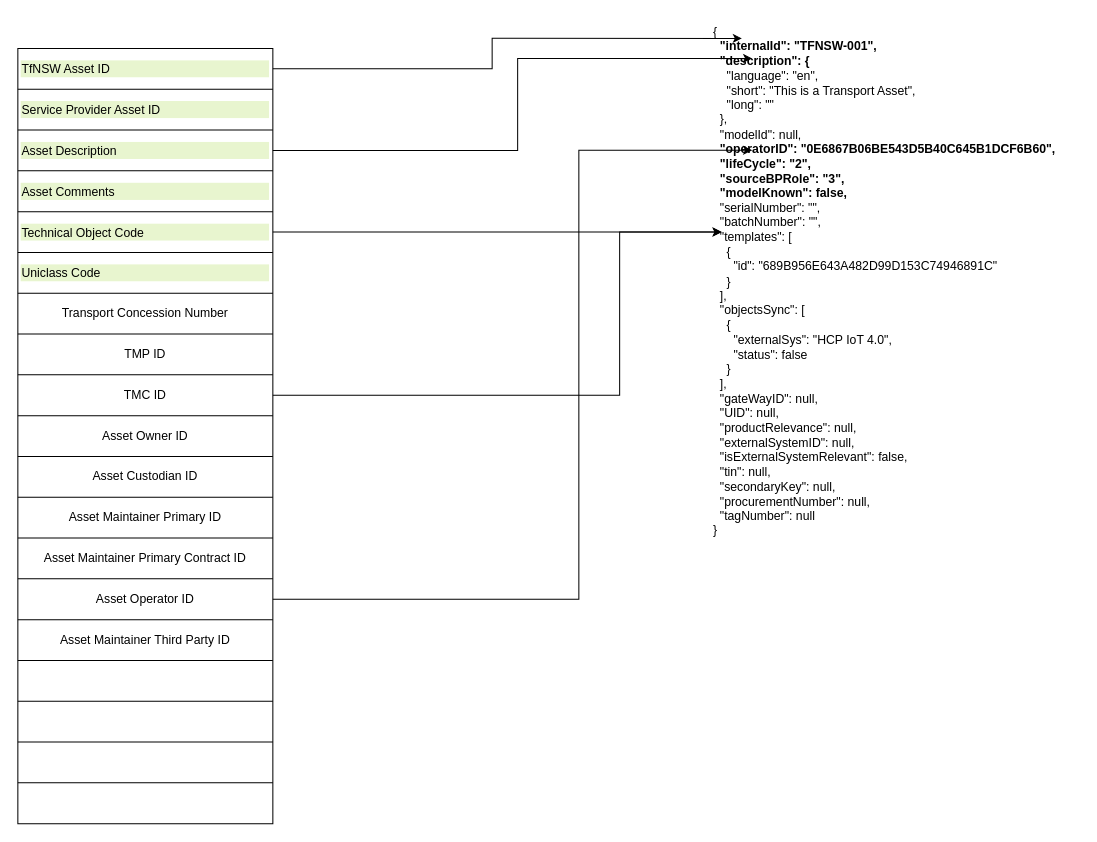
The draw.io diagram page "Page-2" (2 of 3) of API sequence.drawio in MohdSaifz/geojsons, before the edit. Source tidied: cells renumbered, new cells numbered last; positions are measured from the earlier drawing's top-left corner, leaving out a move shared by most shapes. Both pictures are drawn from the tidied source at 102%, with x=0, y=0 at pixel (17, 17).
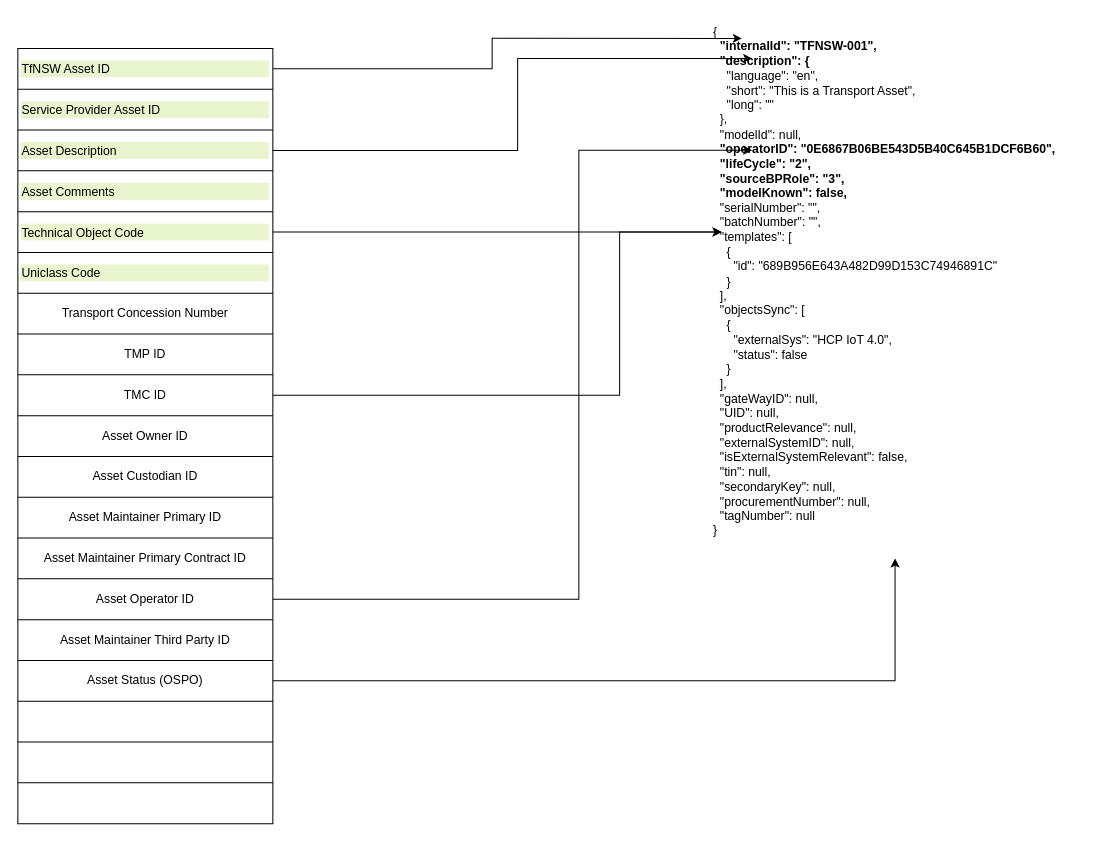
Above is the later version.

Unchanged cells that the change refers to:
```xml
<mxCell id="2" value="{&lt;br&gt;&lt;b&gt;&amp;nbsp; &quot;internalId&quot;: &quot;TFNSW-001&quot;,&lt;/b&gt;&lt;br&gt;&lt;b&gt;&amp;nbsp; &quot;description&quot;: {&lt;/b&gt;&lt;br&gt;&amp;nbsp; &amp;nbsp; &quot;language&quot;: &quot;en&quot;,&lt;br&gt;&amp;nbsp; &amp;nbsp; &quot;short&quot;: &quot;This is a Transport Asset&quot;,&lt;br&gt;&amp;nbsp; &amp;nbsp; &quot;long&quot;: &quot;&quot;&lt;br&gt;&amp;nbsp; },&lt;br&gt;&amp;nbsp; &quot;modelId&quot;: null,&lt;br&gt;&lt;b&gt;&amp;nbsp; &quot;operatorID&quot;: &quot;0E6867B06BE543D5B40C645B1DCF6B60&quot;,&lt;/b&gt;&lt;br&gt;&lt;b&gt;&amp;nbsp; &quot;lifeCycle&quot;: &quot;2&quot;,&lt;/b&gt;&lt;br&gt;&lt;b&gt;&amp;nbsp; &quot;sourceBPRole&quot;: &quot;3&quot;,&lt;/b&gt;&lt;br&gt;&lt;b&gt;&amp;nbsp; &quot;modelKnown&quot;: false,&lt;/b&gt;&lt;br&gt;&amp;nbsp; &quot;serialNumber&quot;: &quot;&quot;,&lt;br&gt;&amp;nbsp; &quot;batchNumber&quot;: &quot;&quot;,&lt;br&gt;&amp;nbsp; &quot;templates&quot;: [&lt;br&gt;&amp;nbsp; &amp;nbsp; {&lt;br&gt;&amp;nbsp; &amp;nbsp; &amp;nbsp; &quot;id&quot;: &quot;689B956E643A482D99D153C74946891C&quot;&lt;br&gt;&amp;nbsp; &amp;nbsp; }&lt;br&gt;&amp;nbsp; ],&lt;br&gt;&amp;nbsp; &quot;objectsSync&quot;: [&lt;br&gt;&amp;nbsp; &amp;nbsp; {&lt;br&gt;&amp;nbsp; &amp;nbsp; &amp;nbsp; &quot;externalSys&quot;: &quot;HCP IoT 4.0&quot;,&lt;br&gt;&amp;nbsp; &amp;nbsp; &amp;nbsp; &quot;status&quot;: false&lt;br&gt;&amp;nbsp; &amp;nbsp; }&lt;br&gt;&amp;nbsp; ],&lt;br&gt;&amp;nbsp; &quot;gateWayID&quot;: null,&lt;br&gt;&amp;nbsp; &quot;UID&quot;: null,&lt;br&gt;&amp;nbsp; &quot;productRelevance&quot;: null,&lt;br&gt;&amp;nbsp; &quot;externalSystemID&quot;: null,&lt;br&gt;&amp;nbsp; &quot;isExternalSystemRelevant&quot;: false,&lt;br&gt;&amp;nbsp; &quot;tin&quot;: null,&lt;br&gt;&amp;nbsp; &quot;secondaryKey&quot;: null,&lt;br&gt;&amp;nbsp; &quot;procurementNumber&quot;: null,&lt;br&gt;&amp;nbsp; &quot;tagNumber&quot;: null&lt;br&gt;}" style="text;whiteSpace=wrap;html=1;" parent="1" vertex="1">
  <mxGeometry x="680" width="360" height="530" as="geometry" />
</mxCell>
<mxCell id="34" style="shape=tableRow;horizontal=0;startSize=0;swimlaneHead=0;swimlaneBody=0;strokeColor=inherit;top=0;left=0;bottom=0;right=0;fillColor=none;points=[[0,0.5],[1,0.5]];portConstraint=eastwest;" parent="3" vertex="1">
  <mxGeometry y="600" width="250" height="40" as="geometry" />
</mxCell>
```

The edit, as a diff of the source:
```diff
@@
-    <mxCell id="35" style="shape=partialRectangle;html=1;whiteSpace=wrap;strokeColor=inherit;overflow=hidden;fillColor=none;top=0;left=0;bottom=0;right=0;" parent="34" vertex="1">
+    <mxCell id="35" value="Asset Status (OSPO)" style="shape=partialRectangle;html=1;whiteSpace=wrap;strokeColor=inherit;overflow=hidden;fillColor=none;top=0;left=0;bottom=0;right=0;" parent="34" vertex="1">
       <mxGeometry width="250" height="40" as="geometry" />
     </mxCell>
@@
+    <mxCell id="47" style="edgeStyle=orthogonalEdgeStyle;rounded=0;jettySize=auto;html=1;" parent="1" edge="1" source="34" target="2">
+      <mxGeometry relative="1" as="geometry" />
+    </mxCell>
```
